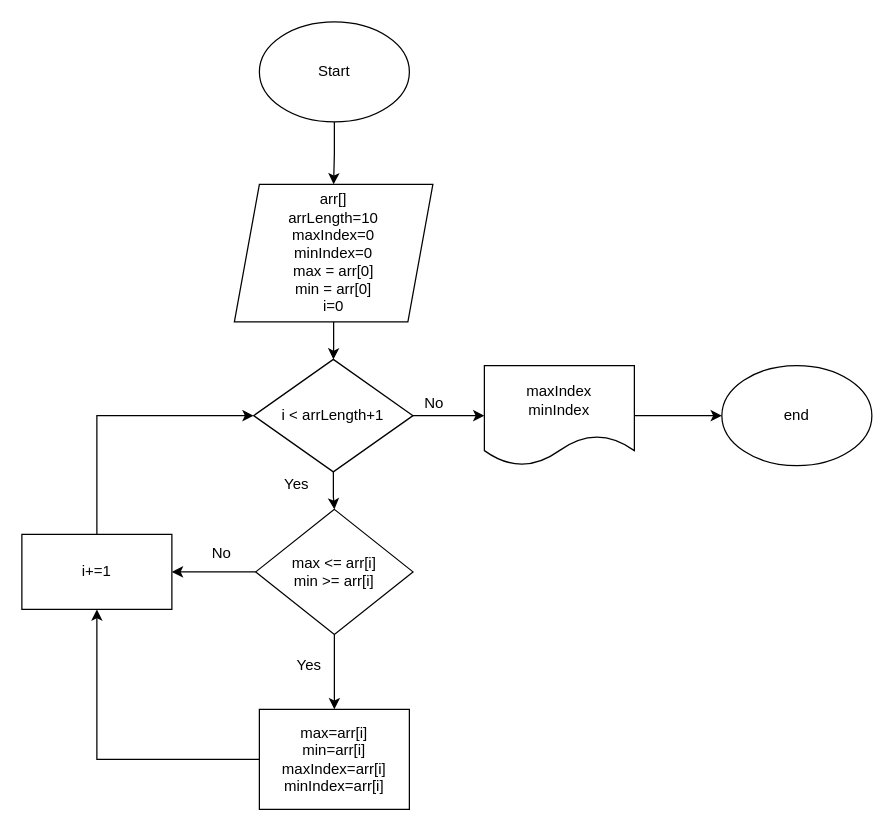
This is page "index of max and min value" (1 of 3) of sum between max and min.drawio from Dioneer/Flowcharts, a draw.io file, before an edit. Source tidied: cells renumbered, new cells numbered last; positions are measured from the earlier drawing's top-left corner, leaving out a move shared by most shapes. Both pictures are drawn from the tidied source at 125%, with x=0, y=0 at pixel (21, 21).
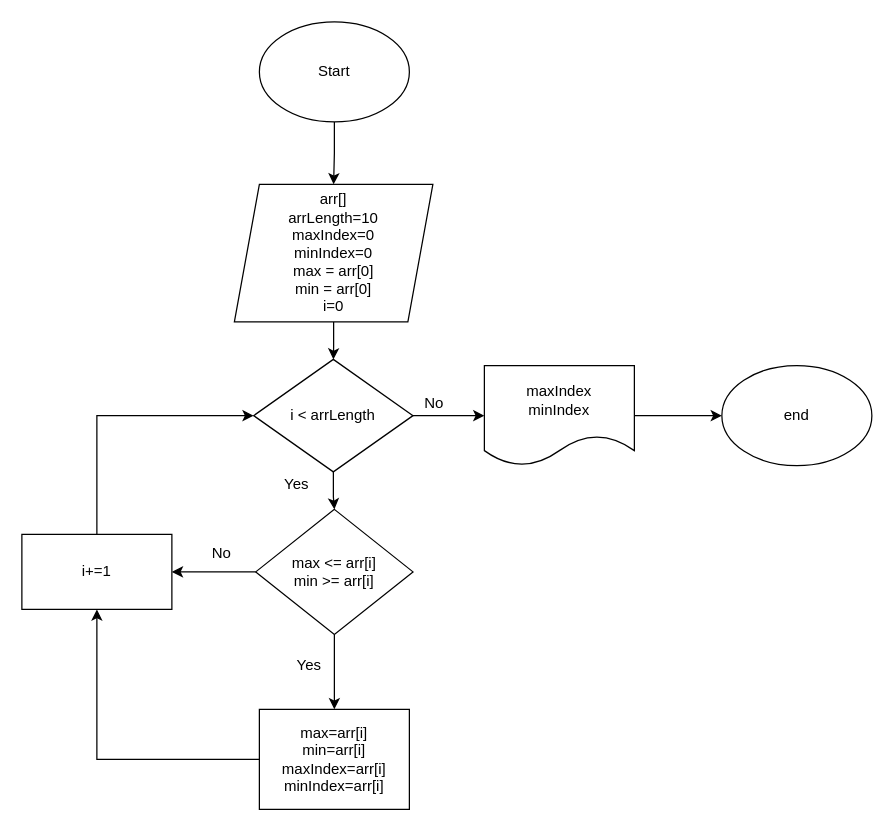
The same page after the edit.

The edit, as a diff of the source:
```diff
@@
-    <mxCell id="9" value="i &amp;lt; arrLength+1" style="rhombus;whiteSpace=wrap;html=1;" parent="1" vertex="1">
+    <mxCell id="9" value="i &amp;lt; arrLength" style="rhombus;whiteSpace=wrap;html=1;" parent="1" vertex="1">
       <mxGeometry x="185.4" y="270" width="127.5" height="90" as="geometry" />
     </mxCell>
```
